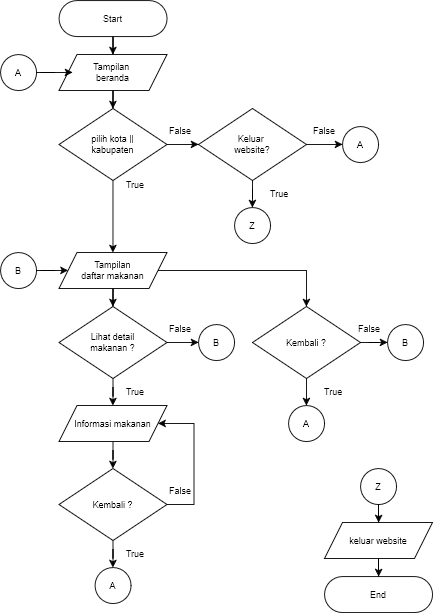
This is flowchart-website.drawio.png from hizkiaarundaa/flowchart-pemrograman-web, a draw.io export, as it was before one commit. Source tidied: cells renumbered, new cells last; positions are measured from the earlier drawing's top-left corner, leaving out a move shared by most shapes.
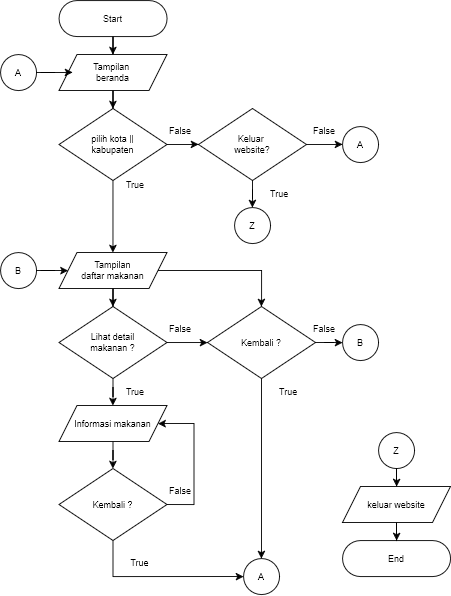
After the commit.

The edit, as a diff of the source:
```diff
@@ -9,7 +9,7 @@
       <mxGeometry x="65" width="120" height="40" as="geometry" />
     </mxCell>
     <mxCell id="4" value="End" style="rounded=1;whiteSpace=wrap;html=1;rotation=0;arcSize=50;fontSize=10;" parent="1" vertex="1">
-      <mxGeometry x="360" y="640" width="120" height="40" as="geometry" />
+      <mxGeometry x="380" y="600" width="120" height="40" as="geometry" />
     </mxCell>
     <mxCell id="5" style="edgeStyle=orthogonalEdgeStyle;rounded=0;jettySize=auto;html=1;entryX=0.5;entryY=0;entryDx=0;entryDy=0;" parent="1" edge="1" source="6" target="8">
       <mxGeometry relative="1" as="geometry" />
@@ -32,7 +32,7 @@
     <mxCell id="11" style="edgeStyle=orthogonalEdgeStyle;rounded=0;jettySize=auto;html=1;entryX=0.5;entryY=0;entryDx=0;entryDy=0;" parent="1" edge="1" source="13" target="15">
       <mxGeometry relative="1" as="geometry" />
     </mxCell>
-    <mxCell id="12" style="edgeStyle=orthogonalEdgeStyle;rounded=0;jettySize=auto;html=1;exitX=1;exitY=0.5;exitDx=0;exitDy=0;entryX=0;entryY=0.5;entryDx=0;entryDy=0;" parent="1" edge="1" source="13" target="31">
+    <mxCell id="12" style="edgeStyle=orthogonalEdgeStyle;rounded=0;jettySize=auto;html=1;exitX=1;exitY=0.5;exitDx=0;exitDy=0;" parent="1" edge="1" source="13" target="25">
       <mxGeometry relative="1" as="geometry" />
     </mxCell>
     <mxCell id="13" value="&lt;div&gt;Lihat detail&lt;/div&gt;&lt;div&gt;makanan ?&lt;/div&gt;" style="rhombus;whiteSpace=wrap;html=1;fontSize=10;" parent="1" vertex="1">
@@ -44,8 +44,12 @@
     <mxCell id="15" value="Informasi makanan" style="shape=parallelogram;perimeter=parallelogramPerimeter;whiteSpace=wrap;fixedSize=1;fontSize=10;html=1;" parent="1" vertex="1">
       <mxGeometry x="65" y="450" width="120" height="40" as="geometry" />
     </mxCell>
-    <mxCell id="16" style="edgeStyle=orthogonalEdgeStyle;rounded=0;jettySize=auto;html=1;" parent="1" edge="1" source="18" target="19">
-      <mxGeometry relative="1" as="geometry" />
+    <mxCell id="16" style="edgeStyle=orthogonalEdgeStyle;rounded=0;jettySize=auto;html=1;entryX=0;entryY=0.5;entryDx=0;entryDy=0;" parent="1" edge="1" source="18" target="28">
+      <mxGeometry relative="1" as="geometry">
+        <Array as="points">
+          <mxPoint x="125" y="640" />
+        </Array>
+      </mxGeometry>
     </mxCell>
     <mxCell id="17" style="edgeStyle=orthogonalEdgeStyle;rounded=0;jettySize=auto;html=1;entryX=1;entryY=0.5;entryDx=0;entryDy=0;exitX=1;exitY=0.5;exitDx=0;exitDy=0;" parent="1" edge="1" source="18" target="15">
       <mxGeometry relative="1" as="geometry">
@@ -58,9 +62,6 @@
     <mxCell id="18" value="Kembali ?" style="rhombus;whiteSpace=wrap;html=1;fontSize=10;" parent="1" vertex="1">
       <mxGeometry x="65" y="520" width="120" height="80" as="geometry" />
     </mxCell>
-    <mxCell id="19" value="A" style="ellipse;whiteSpace=wrap;html=1;fontSize=10;" parent="1" vertex="1">
-      <mxGeometry x="105" y="630" width="40" height="40" as="geometry" />
-    </mxCell>
     <mxCell id="20" style="edgeStyle=orthogonalEdgeStyle;rounded=0;jettySize=auto;html=1;entryX=0;entryY=0.5;entryDx=0;entryDy=0;exitX=1;exitY=0.5;exitDx=0;exitDy=0;" parent="1" edge="1" source="8" target="46">
       <mxGeometry relative="1" as="geometry" />
     </mxCell>
@@ -77,20 +78,20 @@
       <mxGeometry relative="1" as="geometry" />
     </mxCell>
     <mxCell id="25" value="Kembali ?" style="rhombus;whiteSpace=wrap;html=1;fontSize=10;" parent="1" vertex="1">
-      <mxGeometry x="280" y="340" width="120" height="80" as="geometry" />
+      <mxGeometry x="230" y="340" width="120" height="80" as="geometry" />
     </mxCell>
     <mxCell id="26" style="edgeStyle=orthogonalEdgeStyle;rounded=0;jettySize=auto;html=1;entryX=0.5;entryY=0;entryDx=0;entryDy=0;" parent="1" edge="1" source="10" target="25">
       <mxGeometry relative="1" as="geometry">
         <Array as="points">
-          <mxPoint x="340" y="300" />
+          <mxPoint x="290" y="300" />
         </Array>
       </mxGeometry>
     </mxCell>
     <mxCell id="27" value="B" style="ellipse;whiteSpace=wrap;html=1;fontSize=10;" parent="1" vertex="1">
-      <mxGeometry x="430" y="360" width="40" height="40" as="geometry" />
+      <mxGeometry x="380" y="360" width="40" height="40" as="geometry" />
     </mxCell>
     <mxCell id="28" value="A" style="ellipse;whiteSpace=wrap;html=1;fontSize=10;" parent="1" vertex="1">
-      <mxGeometry x="320" y="450" width="40" height="40" as="geometry" />
+      <mxGeometry x="270" y="620" width="40" height="40" as="geometry" />
     </mxCell>
     <mxCell id="29" style="edgeStyle=orthogonalEdgeStyle;rounded=0;jettySize=auto;html=1;entryX=0.125;entryY=0.5;entryDx=0;entryDy=0;entryPerimeter=0;" parent="1" edge="1" source="30" target="6">
       <mxGeometry relative="1" as="geometry" />
@@ -98,20 +99,17 @@
     <mxCell id="30" value="A" style="ellipse;whiteSpace=wrap;html=1;fontSize=10;" parent="1" vertex="1">
       <mxGeometry y="60" width="40" height="40" as="geometry" />
     </mxCell>
-    <mxCell id="31" value="B" style="ellipse;whiteSpace=wrap;html=1;fontSize=10;" parent="1" vertex="1">
-      <mxGeometry x="220" y="360" width="40" height="40" as="geometry" />
-    </mxCell>
     <mxCell id="32" value="False" style="text;strokeColor=none;align=center;fillColor=none;html=1;verticalAlign=middle;whiteSpace=wrap;rounded=0;fontSize=10;spacing=0;" parent="1" vertex="1">
       <mxGeometry x="170" y="350" width="60" height="30" as="geometry" />
     </mxCell>
     <mxCell id="33" value="False" style="text;strokeColor=none;align=center;fillColor=none;html=1;verticalAlign=middle;whiteSpace=wrap;rounded=0;fontSize=10;spacing=0;" parent="1" vertex="1">
-      <mxGeometry x="380" y="350" width="60" height="30" as="geometry" />
+      <mxGeometry x="330" y="350" width="60" height="30" as="geometry" />
     </mxCell>
     <mxCell id="34" value="False" style="text;strokeColor=none;align=center;fillColor=none;html=1;verticalAlign=middle;whiteSpace=wrap;rounded=0;fontSize=10;spacing=0;" parent="1" vertex="1">
       <mxGeometry x="170" y="530" width="60" height="30" as="geometry" />
     </mxCell>
     <mxCell id="35" value="True" style="text;strokeColor=none;align=center;fillColor=none;html=1;verticalAlign=middle;whiteSpace=wrap;rounded=0;fontSize=10;spacing=0;" parent="1" vertex="1">
-      <mxGeometry x="340" y="420" width="60" height="30" as="geometry" />
+      <mxGeometry x="290" y="420" width="60" height="30" as="geometry" />
     </mxCell>
     <mxCell id="36" value="True" style="text;strokeColor=none;align=center;fillColor=none;html=1;verticalAlign=middle;whiteSpace=wrap;rounded=0;fontSize=10;spacing=0;" parent="1" vertex="1">
       <mxGeometry x="120" y="420" width="60" height="30" as="geometry" />
@@ -123,19 +121,19 @@
       <mxGeometry x="120" y="190" width="60" height="30" as="geometry" />
     </mxCell>
     <mxCell id="39" value="True" style="text;strokeColor=none;align=center;fillColor=none;html=1;verticalAlign=middle;whiteSpace=wrap;rounded=0;fontSize=10;spacing=0;" parent="1" vertex="1">
-      <mxGeometry x="120" y="600" width="60" height="30" as="geometry" />
+      <mxGeometry x="125" y="610" width="60" height="30" as="geometry" />
     </mxCell>
     <mxCell id="40" style="edgeStyle=orthogonalEdgeStyle;rounded=0;jettySize=auto;html=1;entryX=0.5;entryY=0;entryDx=0;entryDy=0;" parent="1" edge="1" source="43" target="4">
       <mxGeometry relative="1" as="geometry" />
     </mxCell>
     <mxCell id="41" value="Z" style="ellipse;whiteSpace=wrap;html=1;fontSize=10;" parent="1" vertex="1">
-      <mxGeometry x="400" y="520" width="40" height="40" as="geometry" />
+      <mxGeometry x="420" y="480" width="40" height="40" as="geometry" />
     </mxCell>
     <mxCell id="42" style="edgeStyle=orthogonalEdgeStyle;rounded=0;jettySize=auto;html=1;entryX=0.5;entryY=0;entryDx=0;entryDy=0;" parent="1" edge="1" source="41" target="43">
       <mxGeometry relative="1" as="geometry" />
     </mxCell>
     <mxCell id="43" value="keluar website" style="shape=parallelogram;perimeter=parallelogramPerimeter;whiteSpace=wrap;fixedSize=1;fontSize=10;html=1;" parent="1" vertex="1">
-      <mxGeometry x="360" y="580" width="120" height="40" as="geometry" />
+      <mxGeometry x="380" y="540" width="120" height="40" as="geometry" />
     </mxCell>
     <mxCell id="44" style="edgeStyle=orthogonalEdgeStyle;rounded=0;jettySize=auto;html=1;entryX=0.5;entryY=0;entryDx=0;entryDy=0;" parent="1" edge="1" source="46" target="47">
       <mxGeometry relative="1" as="geometry" />
```
